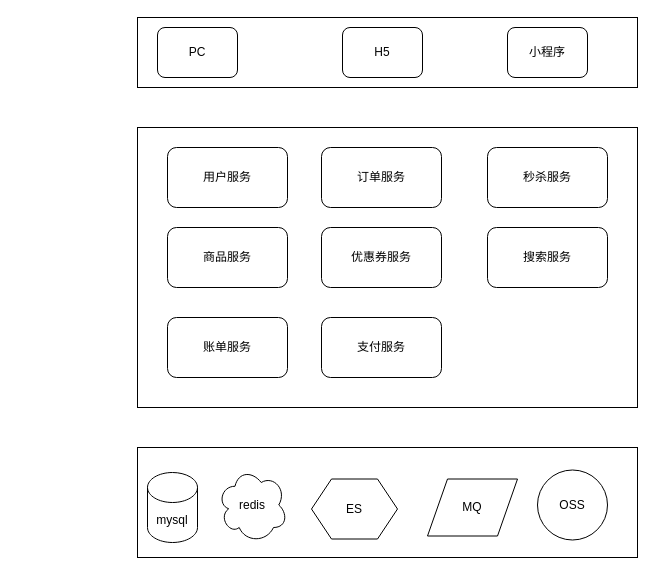
Earlier version of the draw.io diagram 业务图.drawio (Blank-eyes/Architecture-diagram). Source tidied: cells renumbered, new cells numbered last; positions are measured from the earlier drawing's top-left corner, leaving out a move shared by most shapes. Both pictures are drawn from the tidied source at 100%, with x=0, y=0 at pixel (137, 17).
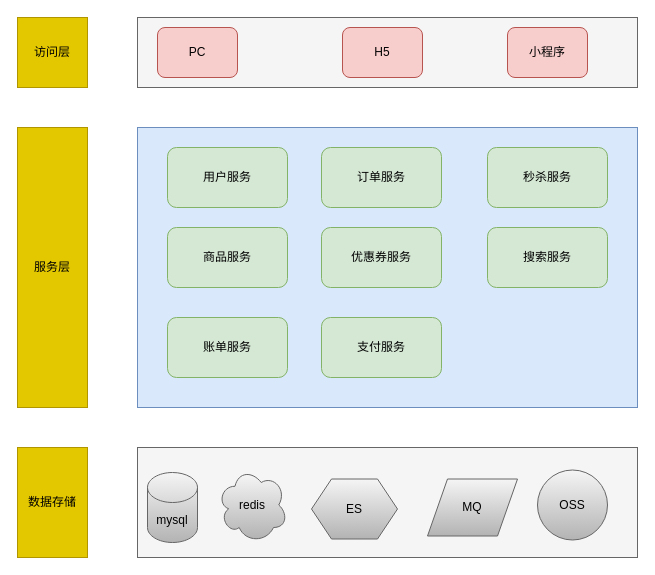
After the change.

Commit message:
更新业务图.drawio

Change to the diagram source:
```diff
@@
-    <mxCell id="2" style="rounded=0;whiteSpace=wrap;html=1;" parent="1" vertex="1">
+    <mxCell id="2" style="rounded=0;whiteSpace=wrap;html=1;fillColor=#f5f5f5;fontColor=#333333;strokeColor=#666666;" parent="1" vertex="1">
       <mxGeometry width="500" height="70" as="geometry" />
     </mxCell>
-    <mxCell id="3" value="PC" style="rounded=1;whiteSpace=wrap;html=1;" parent="1" vertex="1">
+    <mxCell id="3" value="PC" style="rounded=1;whiteSpace=wrap;html=1;fillColor=#f8cecc;strokeColor=#b85450;" parent="1" vertex="1">
       <mxGeometry x="20" y="10" width="80" height="50" as="geometry" />
     </mxCell>
-    <mxCell id="4" value="小程序" style="rounded=1;whiteSpace=wrap;html=1;" parent="1" vertex="1">
+    <mxCell id="4" value="小程序" style="rounded=1;whiteSpace=wrap;html=1;fillColor=#f8cecc;strokeColor=#b85450;" parent="1" vertex="1">
       <mxGeometry x="370" y="10" width="80" height="50" as="geometry" />
     </mxCell>
-    <mxCell id="5" value="H5" style="rounded=1;whiteSpace=wrap;html=1;" parent="1" vertex="1">
+    <mxCell id="5" value="H5" style="rounded=1;whiteSpace=wrap;html=1;fillColor=#f8cecc;strokeColor=#b85450;" parent="1" vertex="1">
       <mxGeometry x="205" y="10" width="80" height="50" as="geometry" />
     </mxCell>
-    <mxCell id="6" style="rounded=0;whiteSpace=wrap;html=1;" parent="1" vertex="1">
+    <mxCell id="6" style="rounded=0;whiteSpace=wrap;html=1;fillColor=#dae8fc;strokeColor=#6c8ebf;" parent="1" vertex="1">
       <mxGeometry y="110" width="500" height="280" as="geometry" />
     </mxCell>
-    <mxCell id="7" value="用户服务" style="rounded=1;whiteSpace=wrap;html=1;" parent="1" vertex="1">
+    <mxCell id="7" value="用户服务" style="rounded=1;whiteSpace=wrap;html=1;fillColor=#d5e8d4;strokeColor=#82b366;" parent="1" vertex="1">
       <mxGeometry x="30" y="130" width="120" height="60" as="geometry" />
     </mxCell>
-    <mxCell id="8" value="商品服务" style="rounded=1;whiteSpace=wrap;html=1;" parent="1" vertex="1">
+    <mxCell id="8" value="商品服务" style="rounded=1;whiteSpace=wrap;html=1;fillColor=#d5e8d4;strokeColor=#82b366;" parent="1" vertex="1">
       <mxGeometry x="30" y="210" width="120" height="60" as="geometry" />
     </mxCell>
-    <mxCell id="9" value="订单服务" style="rounded=1;whiteSpace=wrap;html=1;" parent="1" vertex="1">
+    <mxCell id="9" value="订单服务" style="rounded=1;whiteSpace=wrap;html=1;fillColor=#d5e8d4;strokeColor=#82b366;" parent="1" vertex="1">
       <mxGeometry x="184" y="130" width="120" height="60" as="geometry" />
     </mxCell>
-    <mxCell id="10" value="优惠券服务" style="rounded=1;whiteSpace=wrap;html=1;" parent="1" vertex="1">
+    <mxCell id="10" value="优惠券服务" style="rounded=1;whiteSpace=wrap;html=1;fillColor=#d5e8d4;strokeColor=#82b366;" parent="1" vertex="1">
       <mxGeometry x="184" y="210" width="120" height="60" as="geometry" />
     </mxCell>
-    <mxCell id="11" value="秒杀服务" style="rounded=1;whiteSpace=wrap;html=1;" parent="1" vertex="1">
+    <mxCell id="11" value="秒杀服务" style="rounded=1;whiteSpace=wrap;html=1;fillColor=#d5e8d4;strokeColor=#82b366;" parent="1" vertex="1">
       <mxGeometry x="350" y="130" width="120" height="60" as="geometry" />
     </mxCell>
-    <mxCell id="12" value="搜索服务" style="rounded=1;whiteSpace=wrap;html=1;" parent="1" vertex="1">
+    <mxCell id="12" value="搜索服务" style="rounded=1;whiteSpace=wrap;html=1;fillColor=#d5e8d4;strokeColor=#82b366;" parent="1" vertex="1">
       <mxGeometry x="350" y="210" width="120" height="60" as="geometry" />
     </mxCell>
-    <mxCell id="13" value="支付服务" style="rounded=1;whiteSpace=wrap;html=1;" parent="1" vertex="1">
+    <mxCell id="13" value="支付服务" style="rounded=1;whiteSpace=wrap;html=1;fillColor=#d5e8d4;strokeColor=#82b366;" parent="1" vertex="1">
       <mxGeometry x="184" y="300" width="120" height="60" as="geometry" />
     </mxCell>
-    <mxCell id="14" value="账单服务" style="rounded=1;whiteSpace=wrap;html=1;" parent="1" vertex="1">
+    <mxCell id="14" value="账单服务" style="rounded=1;whiteSpace=wrap;html=1;fillColor=#d5e8d4;strokeColor=#82b366;" parent="1" vertex="1">
       <mxGeometry x="30" y="300" width="120" height="60" as="geometry" />
     </mxCell>
-    <mxCell id="15" style="rounded=0;whiteSpace=wrap;html=1;" parent="1" vertex="1">
+    <mxCell id="15" style="rounded=0;whiteSpace=wrap;html=1;fillColor=#f5f5f5;strokeColor=#666666;fontColor=#333333;" parent="1" vertex="1">
       <mxGeometry y="430" width="500" height="110" as="geometry" />
     </mxCell>
-    <mxCell id="16" value="mysql" style="shape=cylinder3;whiteSpace=wrap;html=1;boundedLbl=1;backgroundOutline=1;size=15;" parent="1" vertex="1">
+    <mxCell id="16" value="mysql" style="shape=cylinder3;whiteSpace=wrap;html=1;boundedLbl=1;backgroundOutline=1;size=15;fillColor=#f5f5f5;gradientColor=#b3b3b3;strokeColor=#666666;" parent="1" vertex="1">
       <mxGeometry x="10" y="455" width="50" height="70" as="geometry" />
     </mxCell>
-    <mxCell id="17" value="redis" style="ellipse;shape=cloud;whiteSpace=wrap;html=1;" parent="1" vertex="1">
+    <mxCell id="17" value="redis" style="ellipse;shape=cloud;whiteSpace=wrap;html=1;fillColor=#f5f5f5;gradientColor=#b3b3b3;strokeColor=#666666;" parent="1" vertex="1">
       <mxGeometry x="80" y="450" width="70" height="75" as="geometry" />
     </mxCell>
-    <mxCell id="18" value="ES" style="shape=hexagon;perimeter=hexagonPerimeter2;whiteSpace=wrap;html=1;fixedSize=1;" parent="1" vertex="1">
+    <mxCell id="18" value="ES" style="shape=hexagon;perimeter=hexagonPerimeter2;whiteSpace=wrap;html=1;fixedSize=1;fillColor=#f5f5f5;gradientColor=#b3b3b3;strokeColor=#666666;" parent="1" vertex="1">
       <mxGeometry x="174" y="461.5" width="86" height="60" as="geometry" />
     </mxCell>
-    <mxCell id="19" value="MQ" style="shape=parallelogram;perimeter=parallelogramPerimeter;whiteSpace=wrap;html=1;fixedSize=1;" parent="1" vertex="1">
+    <mxCell id="19" value="MQ" style="shape=parallelogram;perimeter=parallelogramPerimeter;whiteSpace=wrap;html=1;fixedSize=1;fillColor=#f5f5f5;gradientColor=#b3b3b3;strokeColor=#666666;" parent="1" vertex="1">
       <mxGeometry x="290" y="461.5" width="90" height="57" as="geometry" />
     </mxCell>
-    <mxCell id="20" value="OSS" style="ellipse;whiteSpace=wrap;html=1;" parent="1" vertex="1">
+    <mxCell id="20" value="OSS" style="ellipse;whiteSpace=wrap;html=1;fillColor=#f5f5f5;gradientColor=#b3b3b3;strokeColor=#666666;" parent="1" vertex="1">
       <mxGeometry x="400" y="452.5" width="70" height="70" as="geometry" />
     </mxCell>
+    <mxCell id="21" value="访问层" style="rounded=0;whiteSpace=wrap;html=1;fillColor=#e3c800;fontColor=#000000;strokeColor=#B09500;" parent="1" vertex="1">
+      <mxGeometry x="-120" width="70" height="70" as="geometry" />
+    </mxCell>
+    <mxCell id="22" value="服务层" style="rounded=0;whiteSpace=wrap;html=1;fillColor=#e3c800;fontColor=#000000;strokeColor=#B09500;" parent="1" vertex="1">
+      <mxGeometry x="-120" y="110" width="70" height="280" as="geometry" />
+    </mxCell>
+    <mxCell id="23" value="数据存储" style="rounded=0;whiteSpace=wrap;html=1;fillColor=#e3c800;fontColor=#000000;strokeColor=#B09500;" parent="1" vertex="1">
+      <mxGeometry x="-120" y="430" width="70" height="110" as="geometry" />
+    </mxCell>
```
